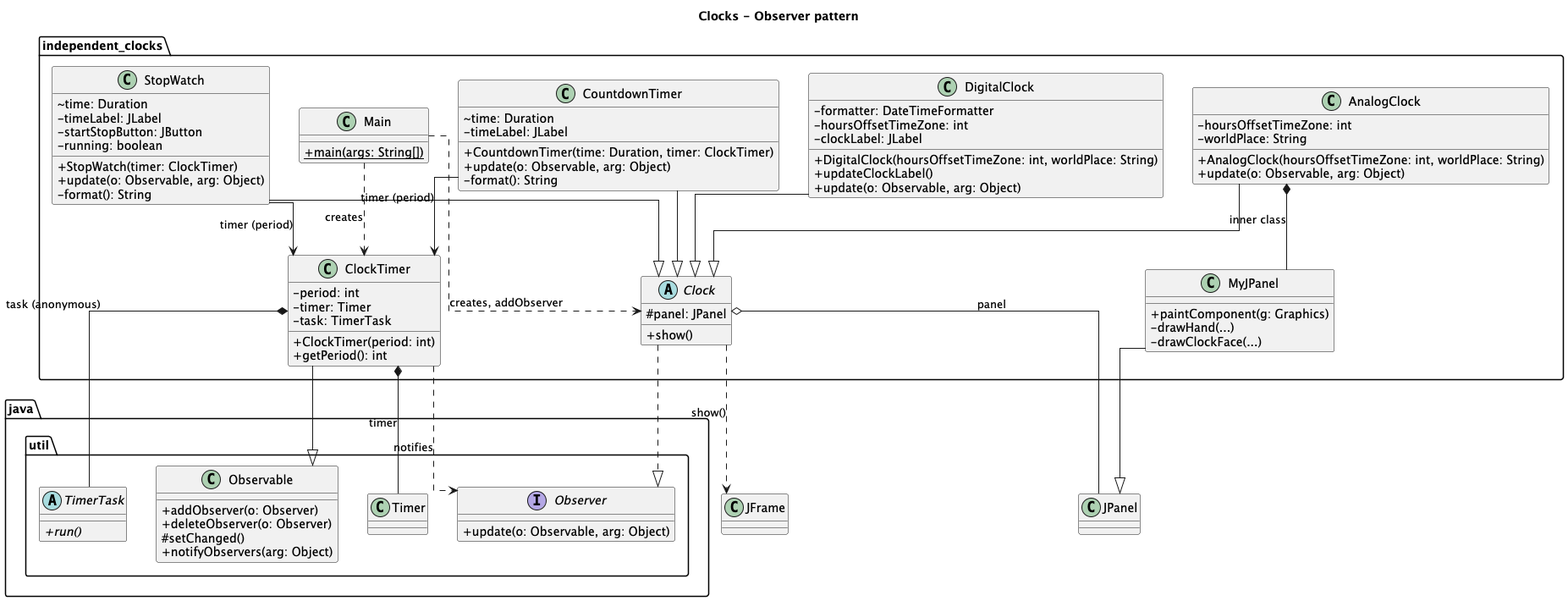
Before: clocks-Clocks___Observer_pattern.png, a diagram exported from PlantUML (NIU1747146/Clocks).
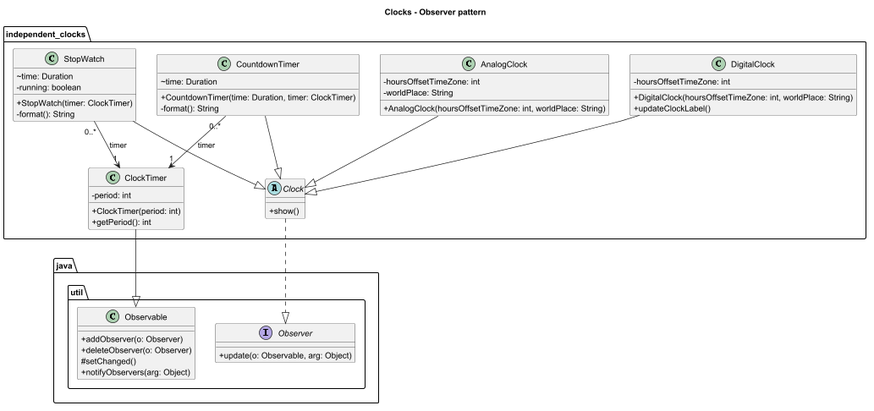
The same diagram one commit later.

The edit, as a diff of the source:
```diff
@@ -1,7 +1,6 @@
 @startuml clocks
 title Clocks - Observer pattern
 skinparam classAttributeIconSize 0
-skinparam linetype ortho
 
 package "java.util" {
   class Observable {
@@ -13,93 +12,54 @@
   interface Observer {
     +update(o: Observable, arg: Object)
   }
-  class Timer
-  abstract class TimerTask {
-    +{abstract} run()
-  }
 }
 
 package independent_clocks {
   class ClockTimer {
     -period: int
-    -timer: Timer
-    -task: TimerTask
     +ClockTimer(period: int)
     +getPeriod(): int
   }
 
   abstract class Clock {
-    #panel: JPanel
     +show()
   }
 
   class DigitalClock {
-    -formatter: DateTimeFormatter
     -hoursOffsetTimeZone: int
-    -clockLabel: JLabel
     +DigitalClock(hoursOffsetTimeZone: int, worldPlace: String)
     +updateClockLabel()
-    +update(o: Observable, arg: Object)
   }
 
   class AnalogClock {
     -hoursOffsetTimeZone: int
     -worldPlace: String
     +AnalogClock(hoursOffsetTimeZone: int, worldPlace: String)
-    +update(o: Observable, arg: Object)
-  }
-
-  class "MyJPanel" as MyJPanel {
-    +paintComponent(g: Graphics)
-    -drawHand(...)
-    -drawClockFace(...)
   }
 
   class CountdownTimer {
     ~time: Duration
-    -timeLabel: JLabel
     +CountdownTimer(time: Duration, timer: ClockTimer)
-    +update(o: Observable, arg: Object)
     -format(): String
   }
 
   class StopWatch {
     ~time: Duration
-    -timeLabel: JLabel
-    -startStopButton: JButton
     -running: boolean
     +StopWatch(timer: ClockTimer)
-    +update(o: Observable, arg: Object)
     -format(): String
-  }
-
-  class Main {
-    +{static} main(args: String[])
   }
 }
 
-class JPanel
-class JFrame
+ClockTimer --|> Observable
+Clock ..|> Observer
 
-ClockTimer --|> Observable
-ClockTimer *-- Timer : timer
-ClockTimer *-- TimerTask : task (anonymous)
-ClockTimer ..> Observer : notifies
-
-Clock ..|> Observer
 DigitalClock --|> Clock
 AnalogClock --|> Clock
 CountdownTimer --|> Clock
 StopWatch --|> Clock
 
-Clock o-- JPanel : panel
-Clock ..> JFrame : show()
-AnalogClock *-- MyJPanel : inner class
-MyJPanel --|> JPanel
+CountdownTimer "0..*" --> "1" ClockTimer : timer
+StopWatch "0..*" --> "1" ClockTimer : timer
 
-CountdownTimer --> ClockTimer : timer (period)
-StopWatch --> ClockTimer : timer (period)
-
-Main ..> ClockTimer : creates
-Main ..> Clock : creates, addObserver
 @enduml
```
